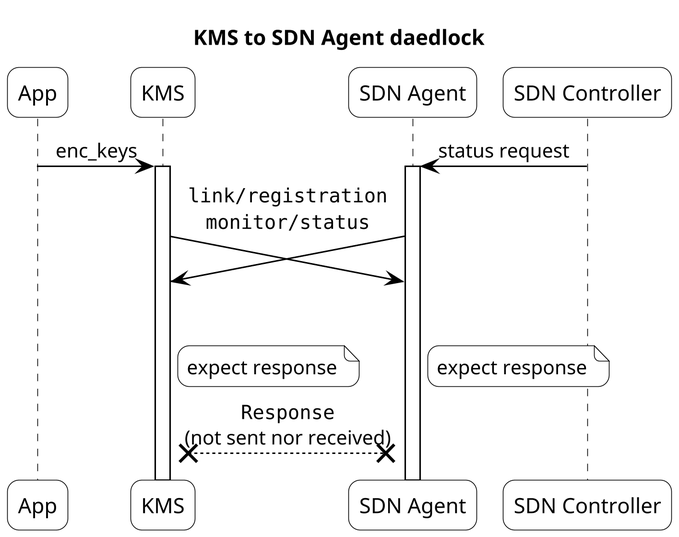
The PlantUML diagram doc/figures/sequence_deadlock_example.png in ait-crypto/kms-sdn-agent-interface-specification, before a commit. Source of this version:
```plantuml
@startuml
!include ./style.pu

skinparam dpi 300

!pragma teoz true

participant App
participant KMS
participant "SDN Agent"
participant "SDN Controller"

title: KMS to SDN Agent daedlock
App -> KMS: enc_keys
&"SDN Controller" -> "SDN Agent": status request
activate KMS
activate "SDN Agent"
"KMS" ->(30) "SDN Agent": ""link/registration""\n
&"SDN Agent" ->(30) "KMS": ""monitor/status""
note right of KMS: expect response
&note right of "SDN Agent": expect response
"KMS" x<-->x "SDN Agent": ""Response""\n(not sent nor received)

@enduml
```
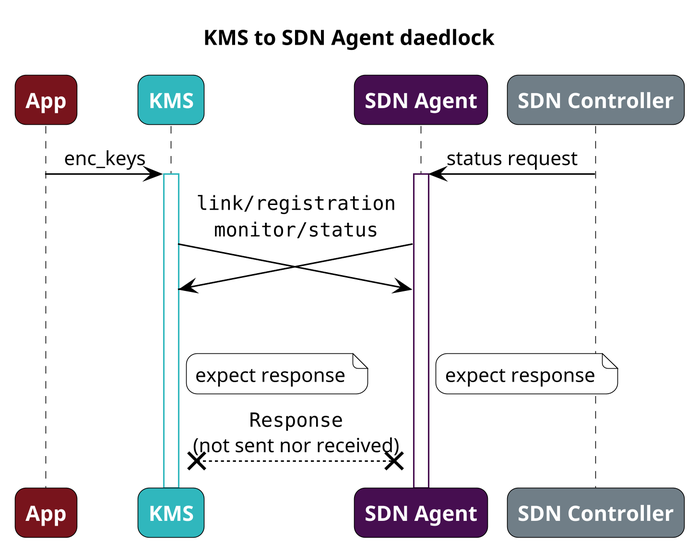
The same file after the commit.

The edit, as a diff of the source:
```diff
@@ -1,23 +1,24 @@
 @startuml
 !include ./style.pu
+hide stereotype
 
 skinparam dpi 300
 
 !pragma teoz true
 
-participant App
-participant KMS
-participant "SDN Agent"
-participant "SDN Controller"
+participant App <<app>>
+participant "KMS" <<kms>>
+participant "SDN Agent" <<sdna>>
+participant "SDN Controller" <<sdnc>>
 
 title: KMS to SDN Agent daedlock
-App -> KMS: enc_keys
+App -> "KMS": enc_keys
 &"SDN Controller" -> "SDN Agent": status request
-activate KMS
+activate "KMS"
 activate "SDN Agent"
 "KMS" ->(30) "SDN Agent": ""link/registration""\n
 &"SDN Agent" ->(30) "KMS": ""monitor/status""
-note right of KMS: expect response
+note right of "KMS": expect response
 &note right of "SDN Agent": expect response
 "KMS" x<-->x "SDN Agent": ""Response""\n(not sent nor received)
 
```
